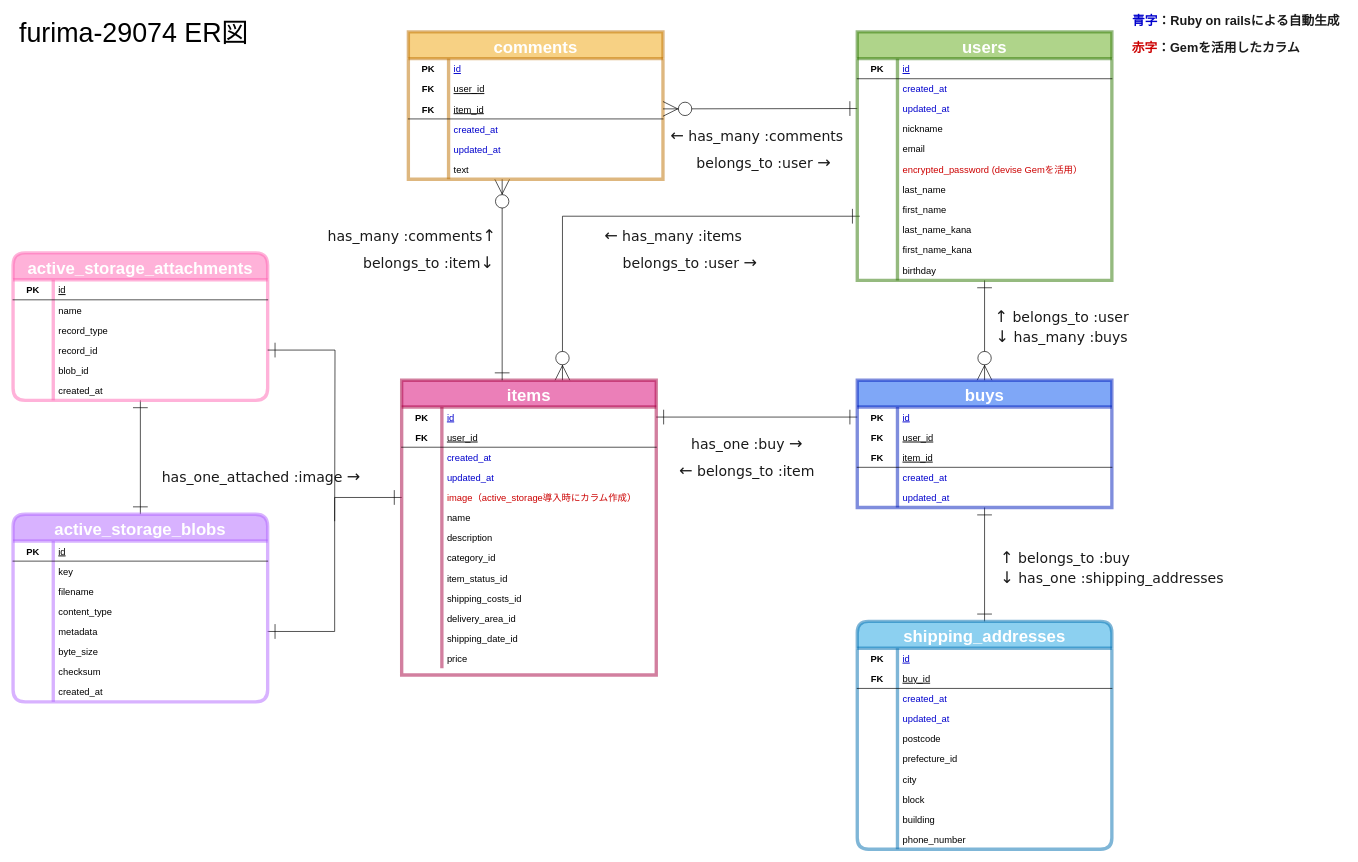
Before: RE.dio in k-foo/furima-29074, a draw.io diagram. Source tidied: cells renumbered, new cells numbered last; positions are measured from the earlier drawing's top-left corner, leaving out a move shared by most shapes. Both pictures are drawn from the tidied source at 67%, with x=0, y=0 at pixel (13, 11).
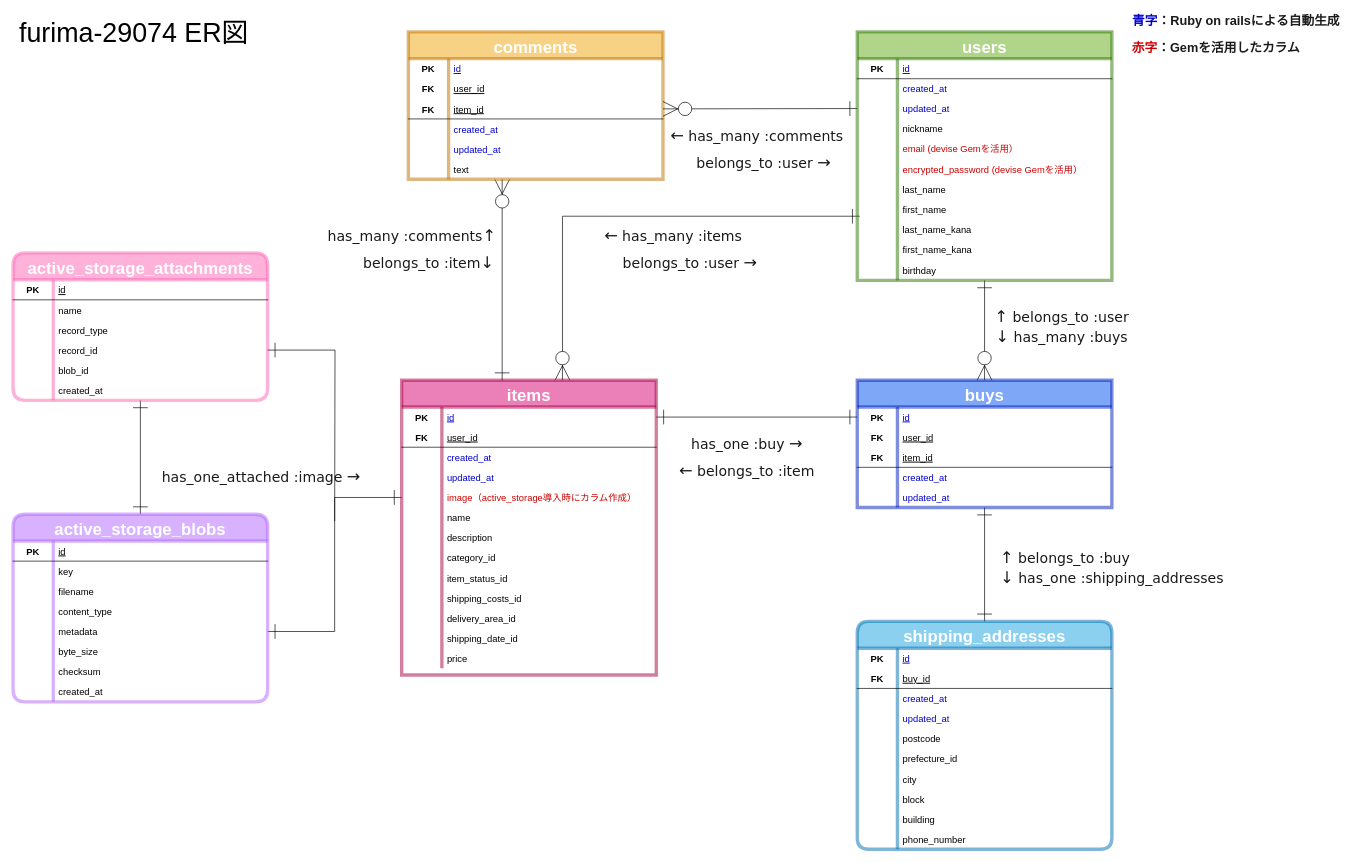
Above is the later version.

Commit message:
ER図の微修正

emailもencrypted_passwordと同じように、deviseの元々ある記載を利用して作成とわかるように微修正

The change refers to these unchanged cells:
```xml
<mxCell id="94" style="shape=partialRectangle;fillColor=none;top=0;left=0;bottom=0;right=0;" parent="81" vertex="1">
  <mxGeometry y="158" width="380" height="32" as="geometry" />
</mxCell>
```

The edit, as a diff of the source:
```diff
@@
-    <mxCell id="96" value="email" style="shape=partialRectangle;fillColor=none;top=0;left=0;bottom=0;right=0;align=left;spacingLeft=6;overflow=hidden;fontSize=14;" parent="94" vertex="1">
+    <mxCell id="96" value="email (devise Gemを活用）" style="shape=partialRectangle;fillColor=none;top=0;left=0;bottom=0;right=0;align=left;spacingLeft=6;overflow=hidden;fontSize=14;fontColor=#CC0000;" parent="94" vertex="1">
       <mxGeometry x="60" width="320" height="32" as="geometry" />
     </mxCell>
```
